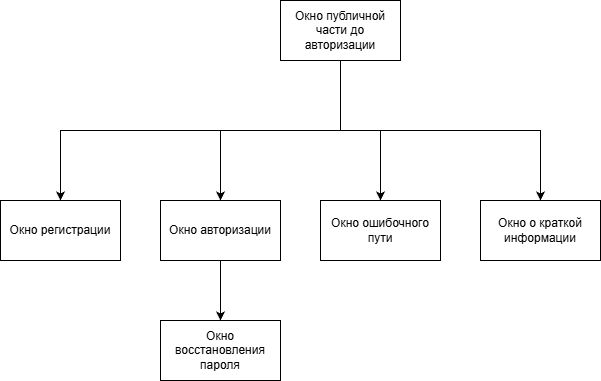
AleksandrMeshkov/Diplom keeps this draw.io diagram as Структура публичной части сайта.png. Above is the earlier version. Source tidied: cells renumbered, new cells last; positions are measured from the earlier drawing's top-left corner, leaving out a move shared by most shapes. The source it was exported from:
```xml
<mxGraphModel>
  <root>
    <mxCell id="0" />
    <mxCell id="1" parent="0" />
    <mxCell id="2" style="edgeStyle=orthogonalEdgeStyle;rounded=0;jettySize=auto;html=1;" parent="1" edge="1" source="3" target="5">
      <mxGeometry relative="1" as="geometry" />
    </mxCell>
    <mxCell id="3" value="Окно авторизации" style="rounded=0;whiteSpace=wrap;html=1;" parent="1" vertex="1">
      <mxGeometry x="160" y="200" width="120" height="60" as="geometry" />
    </mxCell>
    <mxCell id="4" value="Окно регистрации" style="rounded=0;whiteSpace=wrap;html=1;" parent="1" vertex="1">
      <mxGeometry y="200" width="120" height="60" as="geometry" />
    </mxCell>
    <mxCell id="5" value="Окно восстановления пароля" style="rounded=0;whiteSpace=wrap;html=1;" parent="1" vertex="1">
      <mxGeometry x="160" y="320" width="120" height="60" as="geometry" />
    </mxCell>
    <mxCell id="6" style="edgeStyle=orthogonalEdgeStyle;rounded=0;jettySize=auto;html=1;entryX=0.5;entryY=0;entryDx=0;entryDy=0;exitX=0.5;exitY=1;exitDx=0;exitDy=0;" parent="1" edge="1" source="10" target="4">
      <mxGeometry relative="1" as="geometry" />
    </mxCell>
    <mxCell id="7" style="edgeStyle=orthogonalEdgeStyle;rounded=0;jettySize=auto;html=1;exitX=0.5;exitY=1;exitDx=0;exitDy=0;entryX=0.5;entryY=0;entryDx=0;entryDy=0;" parent="1" edge="1" source="10" target="3">
      <mxGeometry relative="1" as="geometry" />
    </mxCell>
    <mxCell id="8" style="edgeStyle=orthogonalEdgeStyle;rounded=0;jettySize=auto;html=1;exitX=0.5;exitY=1;exitDx=0;exitDy=0;entryX=0.5;entryY=0;entryDx=0;entryDy=0;" parent="1" edge="1" source="10" target="12">
      <mxGeometry relative="1" as="geometry" />
    </mxCell>
    <mxCell id="9" style="edgeStyle=orthogonalEdgeStyle;rounded=0;jettySize=auto;html=1;exitX=0.5;exitY=1;exitDx=0;exitDy=0;entryX=0.5;entryY=0;entryDx=0;entryDy=0;" parent="1" edge="1" source="10" target="11">
      <mxGeometry relative="1" as="geometry" />
    </mxCell>
    <mxCell id="10" value="Окно публичной части до авторизации" style="rounded=0;whiteSpace=wrap;html=1;" parent="1" vertex="1">
      <mxGeometry x="280" width="120" height="60" as="geometry" />
    </mxCell>
    <mxCell id="11" value="Окно ошибочного пути" style="rounded=0;whiteSpace=wrap;html=1;" parent="1" vertex="1">
      <mxGeometry x="320" y="200" width="120" height="60" as="geometry" />
    </mxCell>
    <mxCell id="12" value="Окно о краткой информации" style="rounded=0;whiteSpace=wrap;html=1;" parent="1" vertex="1">
      <mxGeometry x="480" y="200" width="120" height="60" as="geometry" />
    </mxCell>
  </root>
</mxGraphModel>
```
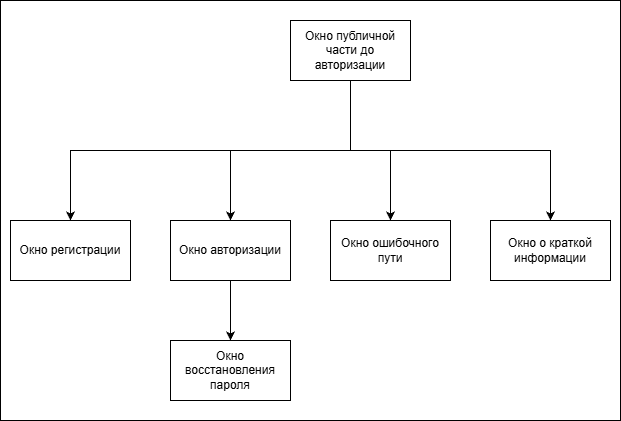
The same diagram one commit later.

What changed in the source:
```diff
@@ -2,6 +2,9 @@
   <root>
     <mxCell id="0" />
     <mxCell id="1" parent="0" />
+    <mxCell id="13" style="rounded=0;whiteSpace=wrap;html=1;" parent="1" vertex="1">
+      <mxGeometry x="-10" y="-20" width="620" height="420" as="geometry" />
+    </mxCell>
     <mxCell id="2" style="edgeStyle=orthogonalEdgeStyle;rounded=0;jettySize=auto;html=1;" parent="1" edge="1" source="3" target="5">
       <mxGeometry relative="1" as="geometry" />
     </mxCell>
```
